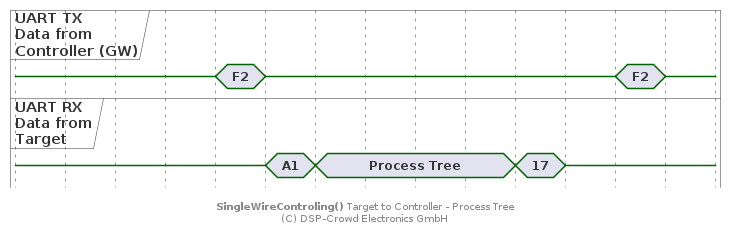
NoOrientationProgramming/code-orb keeps this PlantUML diagram as doc/system/protocol/A1_swt-target-to-ctrl_proc.png. Above is the earlier version.
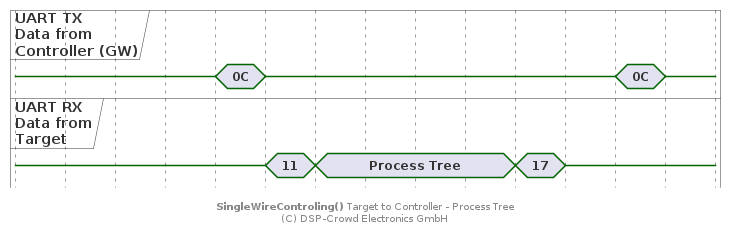
Later version of the same file.

The edit, as a diff of the source:
```diff
@@ -14,11 +14,11 @@
 tar is {-}
 
 @+20
-ctrl is "F2"
+ctrl is "0C"
 
 @+20
 ctrl is {-}
-tar is "A1"
+tar is "11"
 
 @+20
 tar is "Process Tree"
@@ -30,7 +30,7 @@
 tar is {-}
 
 @+20
-ctrl is "F2"
+ctrl is "0C"
 
 @+20
 ctrl is {-}
```
